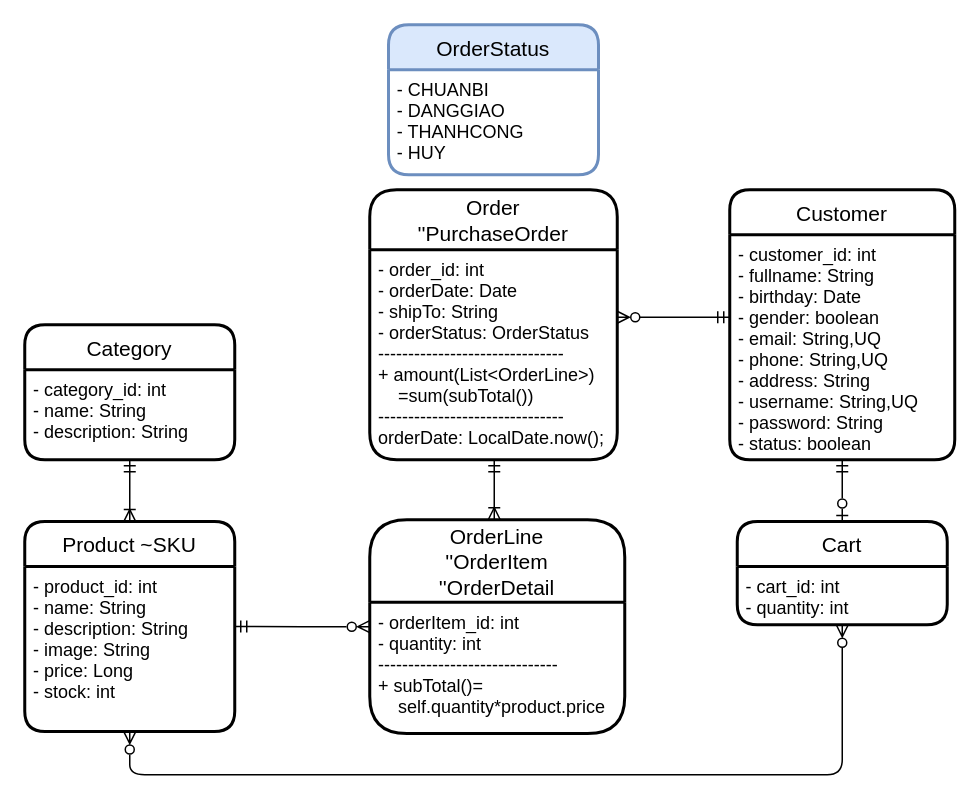
Above: page "Web Ecommerce" (1 of 2) of Documentation/DesignPatternClassDiagarm.drawio in ToDuyVuong/SmartHome (draw.io), before the change. Source tidied: cells renumbered, new cells numbered last; positions are measured from the earlier drawing's top-left corner, leaving out a move shared by most shapes. Both pictures are drawn from the tidied source at 150%, with x=0, y=0 at pixel (24, 24).
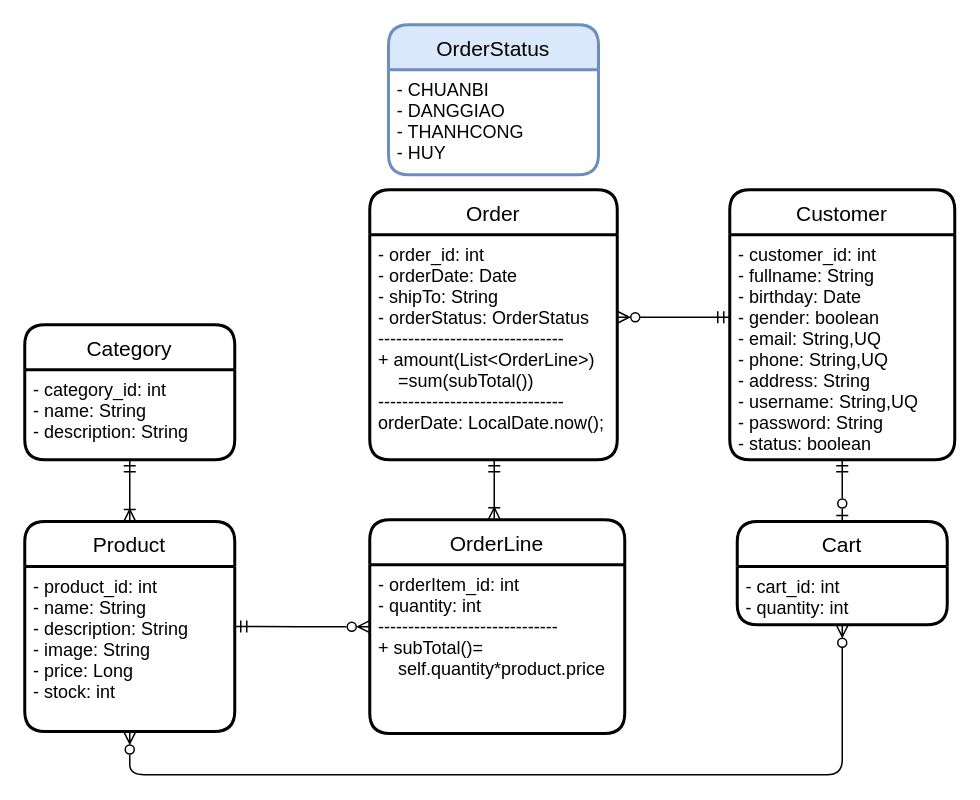
The same page after the edit.

Diff of the diagram source:
```diff
@@
-    <mxCell id="3" value="Product ~SKU" style="swimlane;horizontal=1;startSize=30;rounded=1;fontSize=14;fontStyle=0;strokeWidth=2;shadow=0;dashed=0;align=center;" parent="1" vertex="1">
+    <mxCell id="3" value="Product" style="swimlane;horizontal=1;startSize=30;rounded=1;fontSize=14;fontStyle=0;strokeWidth=2;shadow=0;dashed=0;align=center;" parent="1" vertex="1">
       <mxGeometry y="331.2" width="140" height="140" as="geometry" />
     </mxCell>
@@
-    <mxCell id="8" value="Order&#10;''PurchaseOrder" style="swimlane;horizontal=1;startSize=40;rounded=1;fontSize=14;fontStyle=0;strokeWidth=2;shadow=0;dashed=0;align=center;" parent="1" vertex="1">
+    <mxCell id="8" value="Order" style="swimlane;horizontal=1;startSize=30;rounded=1;fontSize=14;fontStyle=0;strokeWidth=2;shadow=0;dashed=0;align=center;" parent="1" vertex="1">
       <mxGeometry x="230" y="110" width="165" height="180" as="geometry" />
     </mxCell>
     <mxCell id="9" value="- order_id: int&#10;- orderDate: Date&#10;- shipTo: String&#10;- orderStatus: OrderStatus&#10;-------------------------------&#10;+ amount(List&lt;OrderLine&gt;)&#10;    =sum(subTotal())&#10;-------------------------------&#10;orderDate: LocalDate.now();" style="align=left;strokeColor=none;fillColor=none;spacingLeft=4;fontSize=12;verticalAlign=top;" parent="8" vertex="1">
-      <mxGeometry y="40" width="165" height="140" as="geometry" />
+      <mxGeometry y="30" width="165" height="150" as="geometry" />
     </mxCell>
@@
-    <mxCell id="12" value="OrderLine&#10;''OrderItem&#10;''OrderDetail" style="swimlane;horizontal=1;startSize=55;rounded=1;fontSize=14;fontStyle=0;strokeWidth=2;shadow=0;dashed=0;align=center;" parent="1" vertex="1">
+    <mxCell id="12" value="OrderLine" style="swimlane;horizontal=1;startSize=30;rounded=1;fontSize=14;fontStyle=0;strokeWidth=2;shadow=0;dashed=0;align=center;" parent="1" vertex="1">
       <mxGeometry x="230" y="330" width="170" height="142.5" as="geometry" />
     </mxCell>
     <mxCell id="13" value="- orderItem_id: int&#10;- quantity: int&#10;------------------------------&#10;+ subTotal()=&#10;    self.quantity*product.price" style="align=left;strokeColor=none;fillColor=none;spacingLeft=4;fontSize=12;verticalAlign=top;" parent="12" vertex="1">
-      <mxGeometry y="55" width="170" height="87.5" as="geometry" />
+      <mxGeometry y="30" width="170" height="112.5" as="geometry" />
     </mxCell>
```
